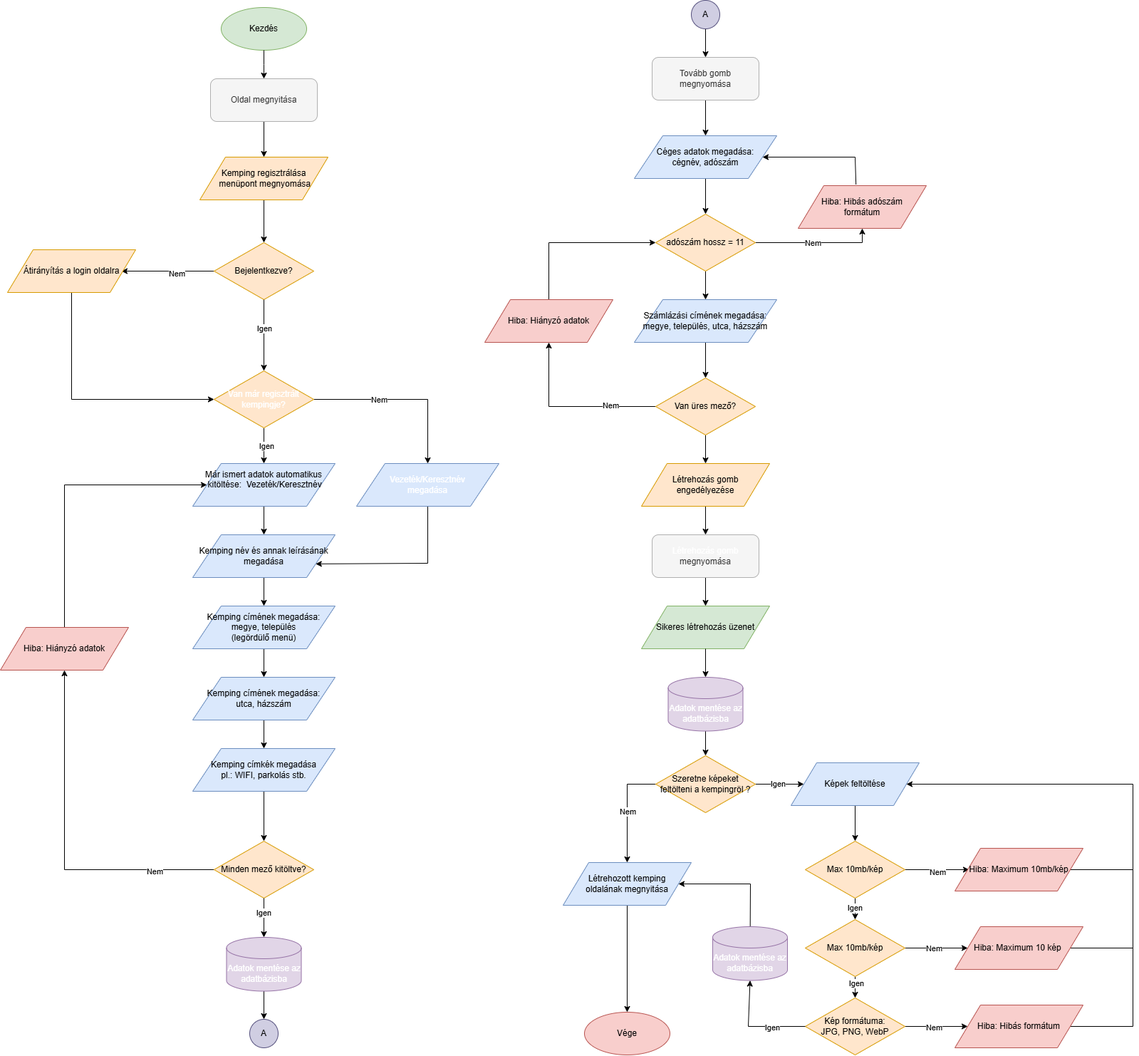
This is Dokumentáció/fájlok/folyamatábrák/png/creat_camping_folyamat.png from CsenkiGergely/13_S2_2_vizsgaremek, a draw.io export, as it was before one commit. Source tidied: cells renumbered, new cells last; positions are measured from the earlier drawing's top-left corner, leaving out a move shared by most shapes.
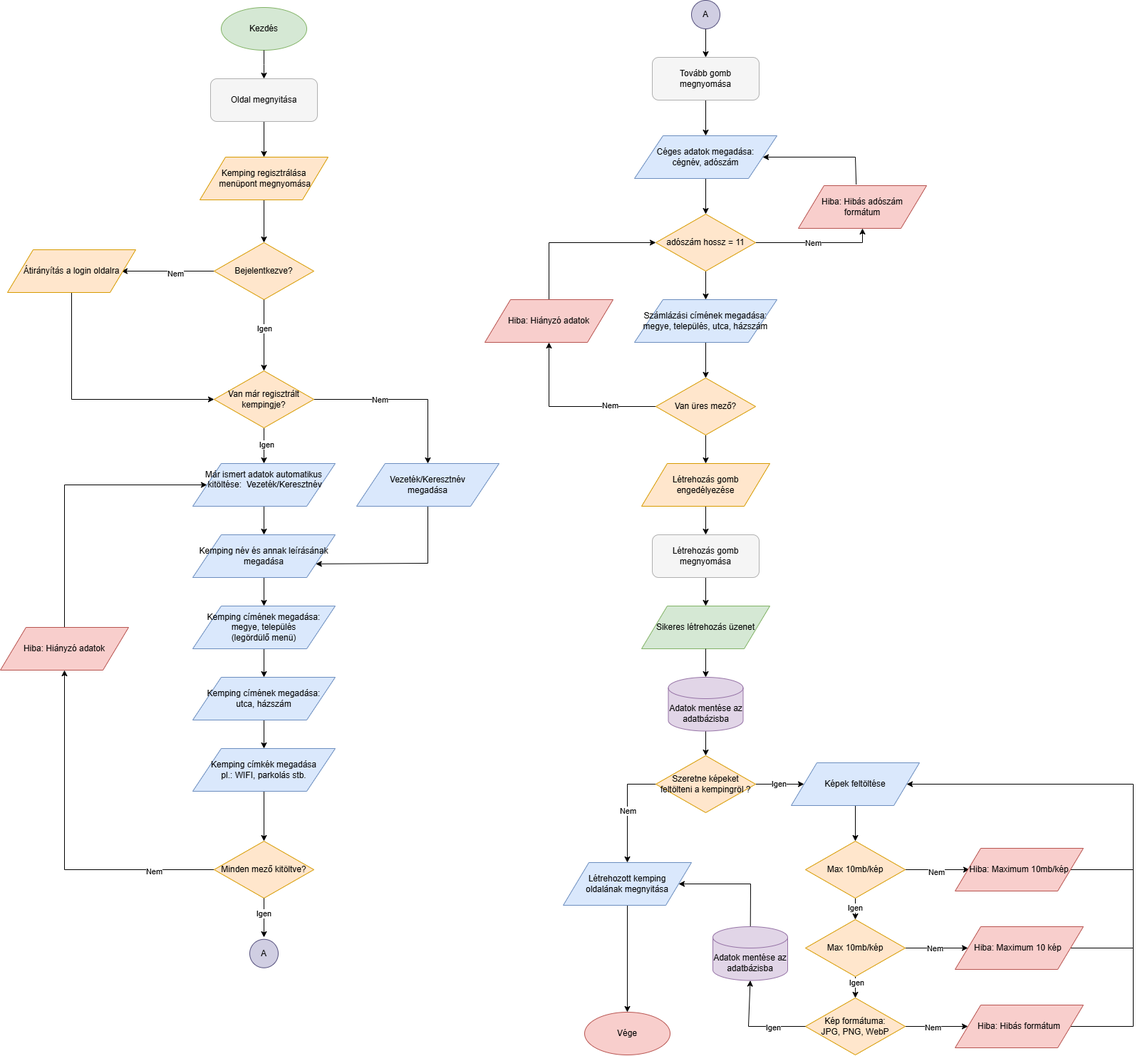
After the change.

What changed in the source:
```diff
@@ -38,7 +38,7 @@
     <mxCell id="9" value="Nem" style="edgeLabel;html=1;align=center;verticalAlign=middle;" parent="8" vertex="1">
       <mxGeometry x="-0.26" relative="1" as="geometry" />
     </mxCell>
-    <mxCell id="10" value="&lt;div style=&quot;&quot;&gt;&lt;span&gt;&lt;font style=&quot;color: light-dark(rgb(255, 255, 255), rgb(255, 255, 255));&quot;&gt;Van már regisztrált kempingje?&lt;/font&gt;&lt;/span&gt;&lt;/div&gt;" style="rhombus;whiteSpace=wrap;html=1;fillColor=#ffe6cc;strokeColor=#d79b00;align=center;" parent="1" vertex="1">
+    <mxCell id="10" value="&lt;div style=&quot;&quot;&gt;&lt;span&gt;&lt;font style=&quot;color: #000000;&quot;&gt;Van már regisztrált kempingje?&lt;/font&gt;&lt;/span&gt;&lt;/div&gt;" style="rhombus;whiteSpace=wrap;html=1;fillColor=#ffe6cc;strokeColor=#d79b00;align=center;" parent="1" vertex="1">
       <mxGeometry x="300" y="520" width="140" height="80" as="geometry" />
     </mxCell>
     <mxCell id="11" style="edgeStyle=none;html=1;entryX=0.5;entryY=0;entryDx=0;entryDy=0;" parent="1" edge="1" source="12" target="16">
@@ -86,7 +86,7 @@
     <mxCell id="23" style="edgeStyle=none;html=1;entryX=0.5;entryY=0;entryDx=0;entryDy=0;" parent="1" edge="1" source="24" target="26">
       <mxGeometry relative="1" as="geometry" />
     </mxCell>
-    <mxCell id="24" value="Oldal megnyitása" style="rounded=1;whiteSpace=wrap;html=1;fillColor=#f5f5f5;fontColor=#333333;strokeColor=light-dark(#b0b0b0, #4a4a4a);" parent="1" vertex="1">
+    <mxCell id="24" value="Oldal megnyitása" style="rounded=1;whiteSpace=wrap;html=1;fillColor=#f5f5f5;fontColor=#000000;strokeColor=light-dark(#b0b0b0, #4a4a4a);" parent="1" vertex="1">
       <mxGeometry x="295" y="110" width="150" height="60" as="geometry" />
     </mxCell>
     <mxCell id="25" style="edgeStyle=none;html=1;entryX=0.5;entryY=0;entryDx=0;entryDy=0;" parent="1" edge="1" source="26" target="5">
@@ -130,14 +130,10 @@
     <mxCell id="35" value="Minden mező kitöltve?" style="rhombus;whiteSpace=wrap;html=1;fillColor=#ffe6cc;strokeColor=#d79b00;" parent="1" vertex="1">
       <mxGeometry x="300" y="1180" width="140" height="80" as="geometry" />
     </mxCell>
-    <mxCell id="36" style="edgeStyle=none;html=1;entryX=0.5;entryY=0;entryDx=0;entryDy=0;" parent="1" edge="1" source="37" target="100">
-      <mxGeometry relative="1" as="geometry" />
-    </mxCell>
-    <mxCell id="37" value="&lt;span&gt;&lt;font style=&quot;color: light-dark(rgb(255, 255, 255), rgb(255, 255, 255));&quot;&gt;Adatok mentése az adatbázisba&lt;/font&gt;&lt;/span&gt;" style="shape=cylinder3;whiteSpace=wrap;html=1;boundedLbl=1;backgroundOutline=1;size=15;fillColor=#e1d5e7;strokeColor=#9673a6;" parent="1" vertex="1">
-      <mxGeometry x="317.5" y="1315" width="105" height="75.5" as="geometry" />
-    </mxCell>
-    <mxCell id="38" style="edgeStyle=none;html=1;entryX=0.5;entryY=0;entryDx=0;entryDy=0;entryPerimeter=0;" parent="1" edge="1" source="35" target="37">
-      <mxGeometry relative="1" as="geometry" />
+    <mxCell id="38" style="edgeStyle=none;html=1;entryX=0.5;entryY=0;entryDx=0;entryDy=0;entryPerimeter=0;" parent="1" edge="1" source="35">
+      <mxGeometry relative="1" as="geometry">
+        <mxPoint x="370" y="1315" as="targetPoint" />
+      </mxGeometry>
     </mxCell>
     <mxCell id="39" value="Igen" style="edgeLabel;html=1;align=center;verticalAlign=middle;" parent="38" vertex="1">
       <mxGeometry x="-0.24" y="-1" relative="1" as="geometry" />
@@ -149,13 +145,13 @@
         </Array>
       </mxGeometry>
     </mxCell>
-    <mxCell id="41" value="&lt;div&gt;&lt;div&gt;&lt;font style=&quot;color: light-dark(rgb(255, 255, 255), rgb(255, 255, 255));&quot;&gt;Vezeték/Keresztnév&lt;br&gt;megadása&lt;/font&gt;&lt;/div&gt;&lt;/div&gt;" style="shape=parallelogram;perimeter=parallelogramPerimeter;whiteSpace=wrap;html=1;fillColor=#dae8fc;strokeColor=#6c8ebf;" parent="1" vertex="1">
+    <mxCell id="41" value="&lt;div&gt;&lt;div&gt;&lt;font style=&quot;color: #000000;&quot;&gt;Vezeték/Keresztnév&lt;br&gt;megadása&lt;/font&gt;&lt;/div&gt;&lt;/div&gt;" style="shape=parallelogram;perimeter=parallelogramPerimeter;whiteSpace=wrap;html=1;fillColor=#dae8fc;strokeColor=#6c8ebf;" parent="1" vertex="1">
       <mxGeometry x="500" y="650" width="200" height="60" as="geometry" />
     </mxCell>
     <mxCell id="42" style="edgeStyle=none;html=1;entryX=0.5;entryY=0;entryDx=0;entryDy=0;" parent="1" edge="1" source="43" target="45">
       <mxGeometry relative="1" as="geometry" />
     </mxCell>
-    <mxCell id="43" value="Tovább gomb &lt;br&gt;megnyomása" style="rounded=1;whiteSpace=wrap;html=1;fillColor=#f5f5f5;fontColor=#333333;strokeColor=light-dark(#b0b0b0, #4a4a4a);" parent="1" vertex="1">
+    <mxCell id="43" value="Tovább gomb &lt;br&gt;megnyomása" style="rounded=1;whiteSpace=wrap;html=1;fillColor=#f5f5f5;fontColor=#000000;strokeColor=light-dark(#b0b0b0, #4a4a4a);" parent="1" vertex="1">
       <mxGeometry x="915" y="80" width="150" height="60" as="geometry" />
     </mxCell>
     <mxCell id="44" style="edgeStyle=none;html=1;entryX=0.5;entryY=0;entryDx=0;entryDy=0;" parent="1" edge="1" source="45">
@@ -243,7 +239,7 @@
     <mxCell id="64" style="edgeStyle=none;html=1;entryX=0.5;entryY=0;entryDx=0;entryDy=0;" parent="1" edge="1" source="65" target="75">
       <mxGeometry relative="1" as="geometry" />
     </mxCell>
-    <mxCell id="65" value="&lt;font style=&quot;scrollbar-color: rgb(75, 75, 75) rgb(27, 29, 30);&quot;&gt;&lt;span style=&quot;scrollbar-color: rgb(75, 75, 75) rgb(27, 29, 30);&quot;&gt;&lt;font style=&quot;color: light-dark(rgb(255, 255, 255), rgb(247, 247, 247));&quot;&gt;Létrehozás gomb&lt;/font&gt;&lt;/span&gt;&lt;br style=&quot;scrollbar-color: rgb(75, 75, 75) rgb(27, 29, 30); color: rgb(192, 192, 192);&quot;&gt;&lt;/font&gt;&lt;font style=&quot;scrollbar-color: rgb(75, 75, 75) rgb(27, 29, 30);&quot;&gt;megnyomása&lt;/font&gt;" style="rounded=1;whiteSpace=wrap;html=1;fillColor=#f5f5f5;fontColor=#333333;strokeColor=light-dark(#b0b0b0, #4a4a4a);" parent="1" vertex="1">
+    <mxCell id="65" value="&lt;font style=&quot;scrollbar-color: rgb(75, 75, 75) rgb(27, 29, 30);&quot;&gt;&lt;span style=&quot;scrollbar-color: rgb(75, 75, 75) rgb(27, 29, 30);&quot;&gt;&lt;font style=&quot;color: #000000;&quot;&gt;Létrehozás gomb&lt;/font&gt;&lt;/span&gt;&lt;br style=&quot;scrollbar-color: rgb(75, 75, 75) rgb(27, 29, 30); color: rgb(192, 192, 192);&quot;&gt;&lt;/font&gt;&lt;font style=&quot;scrollbar-color: rgb(75, 75, 75) rgb(27, 29, 30);&quot;&gt;megnyomása&lt;/font&gt;" style="rounded=1;whiteSpace=wrap;html=1;fillColor=#f5f5f5;fontColor=#000000;strokeColor=light-dark(#b0b0b0, #4a4a4a);" parent="1" vertex="1">
       <mxGeometry x="915" y="750" width="150" height="60" as="geometry" />
     </mxCell>
     <mxCell id="66" style="edgeStyle=none;html=1;entryX=0;entryY=0.5;entryDx=0;entryDy=0;" parent="1" edge="1" source="70" target="74">
@@ -268,7 +264,7 @@
     <mxCell id="71" style="edgeStyle=none;html=1;entryX=0.5;entryY=0;entryDx=0;entryDy=0;" parent="1" edge="1" source="72" target="70">
       <mxGeometry relative="1" as="geometry" />
     </mxCell>
-    <mxCell id="72" value="&lt;span&gt;&lt;font style=&quot;color: light-dark(rgb(255, 255, 255), rgb(255, 255, 255));&quot;&gt;Adatok mentése az adatbázisba&lt;/font&gt;&lt;/span&gt;" style="shape=cylinder3;whiteSpace=wrap;html=1;boundedLbl=1;backgroundOutline=1;size=15;fillColor=#e1d5e7;strokeColor=#9673a6;" parent="1" vertex="1">
+    <mxCell id="72" value="&lt;span&gt;&lt;font style=&quot;color: #000000;&quot;&gt;Adatok mentése az adatbázisba&lt;/font&gt;&lt;/span&gt;" style="shape=cylinder3;whiteSpace=wrap;html=1;boundedLbl=1;backgroundOutline=1;size=15;fillColor=#e1d5e7;strokeColor=#9673a6;" parent="1" vertex="1">
       <mxGeometry x="937.5" y="950" width="105" height="75.5" as="geometry" />
     </mxCell>
     <mxCell id="73" style="edgeStyle=none;html=1;entryX=0.5;entryY=0;entryDx=0;entryDy=0;" parent="1" edge="1" source="74" target="81">
@@ -358,7 +354,7 @@
         </Array>
       </mxGeometry>
     </mxCell>
-    <mxCell id="97" value="&lt;span&gt;&lt;font style=&quot;color: light-dark(rgb(255, 255, 255), rgb(255, 255, 255));&quot;&gt;Adatok mentése az adatbázisba&lt;/font&gt;&lt;/span&gt;" style="shape=cylinder3;whiteSpace=wrap;html=1;boundedLbl=1;backgroundOutline=1;size=15;fillColor=#e1d5e7;strokeColor=#9673a6;" parent="1" vertex="1">
+    <mxCell id="97" value="&lt;span&gt;&lt;font style=&quot;color: #000000;&quot;&gt;Adatok mentése az adatbázisba&lt;/font&gt;&lt;/span&gt;" style="shape=cylinder3;whiteSpace=wrap;html=1;boundedLbl=1;backgroundOutline=1;size=15;fillColor=#e1d5e7;strokeColor=#9673a6;" parent="1" vertex="1">
       <mxGeometry x="1000" y="1300" width="105" height="75.5" as="geometry" />
     </mxCell>
     <mxCell id="98" style="edgeStyle=none;html=1;entryX=0.5;entryY=1;entryDx=0;entryDy=0;entryPerimeter=0;rounded=0;curved=0;" parent="1" edge="1" source="91" target="97">
@@ -372,7 +368,7 @@
       <mxGeometry x="-0.37" y="1" relative="1" as="geometry" />
     </mxCell>
     <mxCell id="100" value="A" style="ellipse;whiteSpace=wrap;html=1;fillColor=#d0cee2;strokeColor=#56517e;" parent="1" vertex="1">
-      <mxGeometry x="350" y="1430" width="40" height="40" as="geometry" />
+      <mxGeometry x="350" y="1317.8" width="40" height="40" as="geometry" />
     </mxCell>
     <mxCell id="101" style="edgeStyle=none;html=1;entryX=0.5;entryY=0;entryDx=0;entryDy=0;" parent="1" edge="1" source="102" target="43">
       <mxGeometry relative="1" as="geometry" />
```
